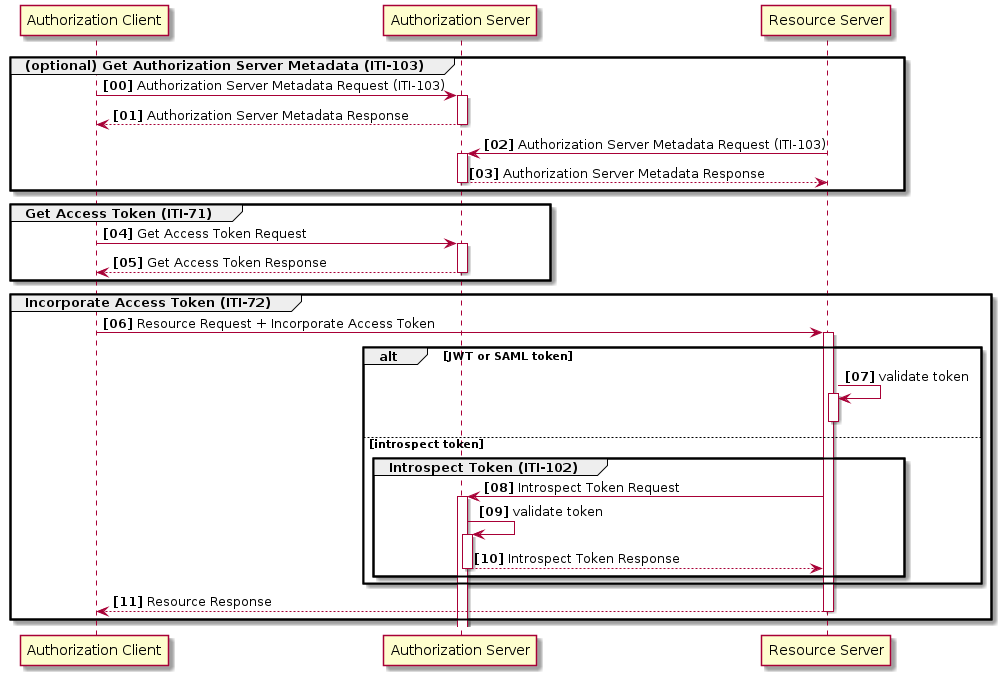
This is media/basic-flow.png from IHE/ITI.IUA, a PlantUML export, as it was before one commit.
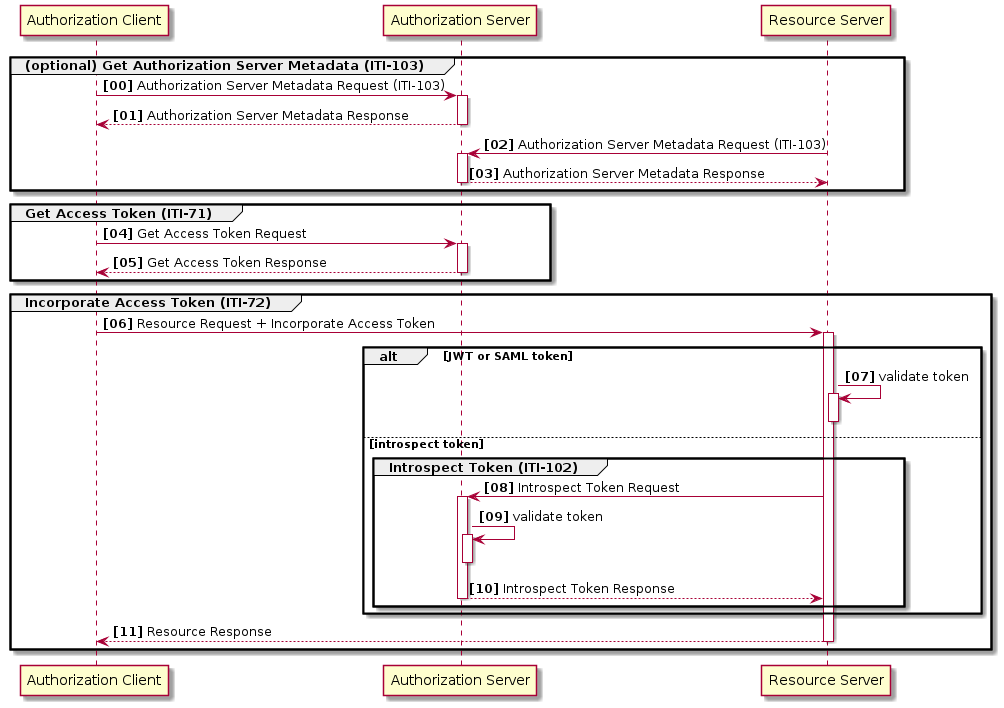
Later version of the same file.

Commit message:
fixing activation in figure 34.4.2.2.2-1

Change to the diagram source:
```diff
@@ -35,6 +35,7 @@
   group Introspect Token (ITI-102)
         RS -> AS : Introspect Token Request
         AS -> AS : validate token
+        deactivate AS
         AS --> RS: Introspect Token Response
   end
 end
```
